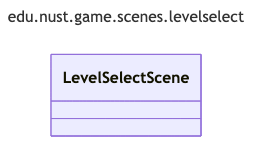
This is uml/generated/png/package_edu_nust_game_scenes_levelselect.png from zombie-zero-nust/zombie-zero, a Mermaid export, as it was before one commit. Its source is kept beside it as uml/generated/mmd/package_edu_nust_game_scenes_levelselect.mmd. The source it was exported from:
```mermaid
---
title: edu.nust.game.scenes.levelselect
config:
  look: classic
  layout: dagre
  flowchart:
    curve: linear
  class:
    defaultRenderer: dagre-wrapper
---
classDiagram
class LevelSelectScene
```
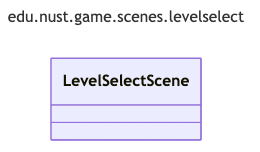
After the commit.

What changed in the source:
```diff
@@ -2,11 +2,11 @@
 title: edu.nust.game.scenes.levelselect
 config:
   look: classic
-  layout: dagre
+  layout: elk
   flowchart:
     curve: linear
   class:
     defaultRenderer: dagre-wrapper
 ---
 classDiagram
-class LevelSelectScene
+  class LevelSelectScene
```
